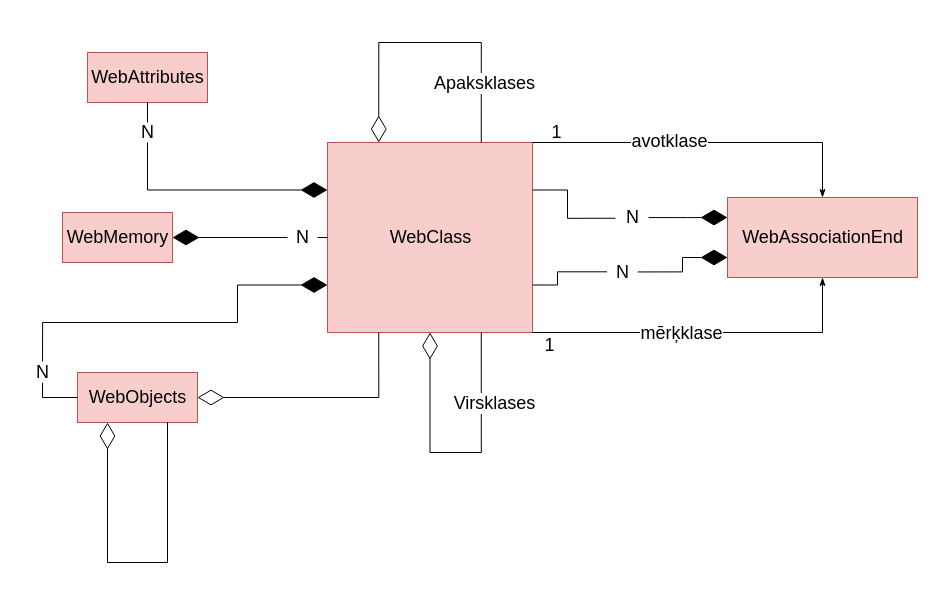
Earlier version of the draw.io diagram page "Datu struktūras konceptuālais" (1 of 10) of src/Kvalifikacijas darbs/Diagrammas/WebMemory.drawio (artiks12/webAppOS). Source tidied: cells renumbered, new cells numbered last; positions are measured from the earlier drawing's top-left corner, leaving out a move shared by most shapes. Both pictures are drawn from the tidied source at 100%, with x=0, y=0 at pixel (27, 42).
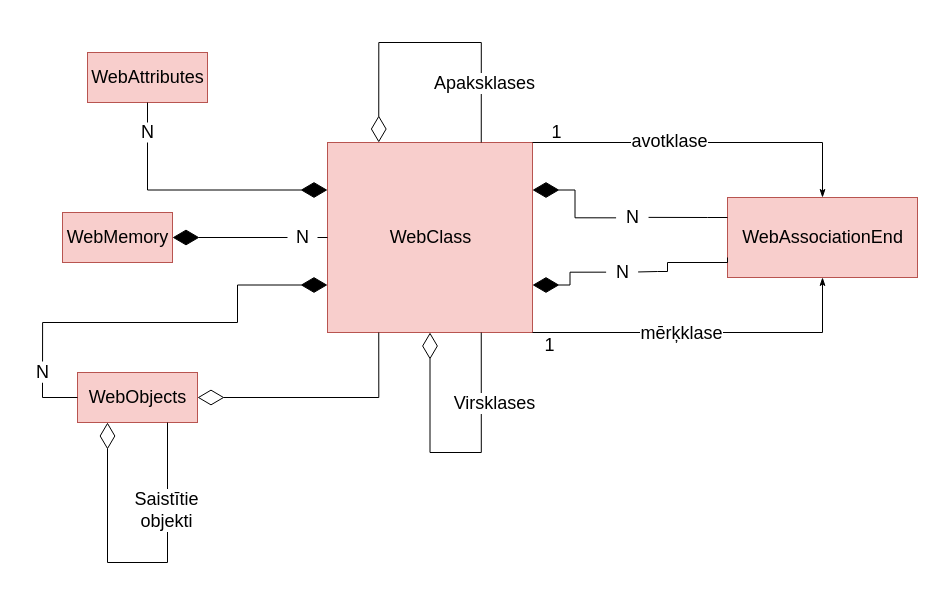
The same page after the edit.

Unchanged cells that the change refers to:
```xml
<mxCell id="4" value="&lt;font style=&quot;font-size: 18px&quot;&gt;WebClass&lt;/font&gt;" style="html=1;fillColor=#f8cecc;strokeColor=#b85450;" parent="1" vertex="1">
  <mxGeometry x="300" y="100" width="205" height="190" as="geometry" />
</mxCell>
<mxCell id="14" value="&lt;font style=&quot;font-size: 18px&quot;&gt;WebAssociationEnd&lt;/font&gt;" style="html=1;fillColor=#f8cecc;strokeColor=#b85450;" parent="1" vertex="1">
  <mxGeometry x="700" y="155" width="190" height="80" as="geometry" />
</mxCell>
<mxCell id="16" style="endArrow=diamondThin;endFill=0;endSize=24;html=1;rounded=0;edgeStyle=orthogonalEdgeStyle;entryX=0.25;entryY=1;entryDx=0;entryDy=0;exitX=0.75;exitY=1;exitDx=0;exitDy=0;" parent="1" edge="1" source="7" target="7">
  <mxGeometry relative="1" as="geometry">
    <Array as="points">
      <mxPoint x="140" y="520" />
      <mxPoint x="80" y="520" />
    </Array>
  </mxGeometry>
</mxCell>
<mxCell id="23" value="&lt;font style=&quot;font-size: 18px&quot;&gt;N&lt;/font&gt;" style="text;html=1;align=center;verticalAlign=middle;points=[];strokeColor=none;fillColor=none;fontSize=12;" parent="1" vertex="1">
  <mxGeometry x="590" y="165" width="30" height="20" as="geometry" />
</mxCell>
<mxCell id="25" value="&lt;font style=&quot;font-size: 18px&quot;&gt;N&lt;/font&gt;" style="text;html=1;align=center;verticalAlign=middle;points=[];strokeColor=none;fillColor=none;fontSize=12;" parent="1" vertex="1">
  <mxGeometry x="580" y="220" width="30" height="20" as="geometry" />
</mxCell>
```

What changed in the source:
```diff
@@
+    <mxCell id="34" value="&lt;font style=&quot;font-size: 18px&quot;&gt;Saistītie &lt;br&gt;objekti&lt;/font&gt;" style="edgeLabel;html=1;align=center;verticalAlign=middle;" parent="16" vertex="1">
+      <mxGeometry x="-0.49" y="-2" relative="1" as="geometry" />
+    </mxCell>
-    <mxCell id="17" style="endArrow=diamondThin;endFill=1;endSize=24;html=1;rounded=0;edgeStyle=orthogonalEdgeStyle;entryX=0;entryY=0.25;entryDx=0;entryDy=0;exitX=1.036;exitY=0.503;exitDx=0;exitDy=0;startArrow=none;exitPerimeter=0;" parent="1" edge="1" source="23" target="14">
+    <mxCell id="17" style="endArrow=diamondThin;endFill=1;endSize=24;html=1;rounded=0;edgeStyle=orthogonalEdgeStyle;entryX=1;entryY=0.25;entryDx=0;entryDy=0;exitX=-0.047;exitY=0.517;exitDx=0;exitDy=0;startArrow=none;exitPerimeter=0;" parent="1" edge="1" source="23" target="4">
       <mxGeometry relative="1" as="geometry" />
     </mxCell>
-    <mxCell id="18" style="endArrow=diamondThin;endFill=1;endSize=24;html=1;rounded=0;edgeStyle=orthogonalEdgeStyle;entryX=0;entryY=0.75;entryDx=0;entryDy=0;exitX=1.007;exitY=0.472;exitDx=0;exitDy=0;startArrow=none;exitPerimeter=0;" parent="1" edge="1" source="25" target="14">
+    <mxCell id="18" style="endArrow=diamondThin;endFill=1;endSize=24;html=1;rounded=0;edgeStyle=orthogonalEdgeStyle;startArrow=none;exitX=-0.046;exitY=0.483;exitDx=0;exitDy=0;exitPerimeter=0;entryX=1;entryY=0.75;entryDx=0;entryDy=0;" parent="1" edge="1" source="25" target="4">
       <mxGeometry relative="1" as="geometry" />
     </mxCell>
@@
-    <mxCell id="24" style="endArrow=none;endFill=0;endSize=24;html=1;rounded=0;edgeStyle=orthogonalEdgeStyle;exitX=1;exitY=0.25;exitDx=0;exitDy=0;entryX=-0.068;entryY=0.538;entryDx=0;entryDy=0;entryPerimeter=0;" parent="1" edge="1" source="4" target="23">
+    <mxCell id="24" style="endArrow=none;endFill=0;endSize=24;html=1;rounded=0;edgeStyle=orthogonalEdgeStyle;entryX=1.035;entryY=0.494;entryDx=0;entryDy=0;entryPerimeter=0;exitX=0;exitY=0.25;exitDx=0;exitDy=0;" parent="1" edge="1" source="14" target="23">
       <mxGeometry relative="1" as="geometry">
         <Array as="points">
-          <mxPoint x="540" y="147" />
-          <mxPoint x="540" y="176" />
+          <mxPoint x="680" y="175" />
+          <mxPoint x="680" y="175" />
         </Array>
       </mxGeometry>
     </mxCell>
@@
-    <mxCell id="26" style="endArrow=none;endFill=0;endSize=24;html=1;rounded=0;edgeStyle=orthogonalEdgeStyle;entryX=-0.018;entryY=0.465;entryDx=0;entryDy=0;exitX=1;exitY=0.75;exitDx=0;exitDy=0;entryPerimeter=0;" parent="1" edge="1" source="4" target="25">
+    <mxCell id="26" style="endArrow=none;endFill=0;endSize=24;html=1;rounded=0;edgeStyle=orthogonalEdgeStyle;entryX=1.021;entryY=0.473;entryDx=0;entryDy=0;exitX=0;exitY=0.75;exitDx=0;exitDy=0;entryPerimeter=0;" parent="1" edge="1" source="14" target="25">
       <mxGeometry relative="1" as="geometry">
         <Array as="points">
-          <mxPoint x="530" y="242" />
-          <mxPoint x="530" y="229" />
-          <mxPoint x="579" y="229" />
+          <mxPoint x="700" y="220" />
+          <mxPoint x="640" y="220" />
+          <mxPoint x="640" y="229" />
+          <mxPoint x="630" y="229" />
         </Array>
       </mxGeometry>
     </mxCell>
```
